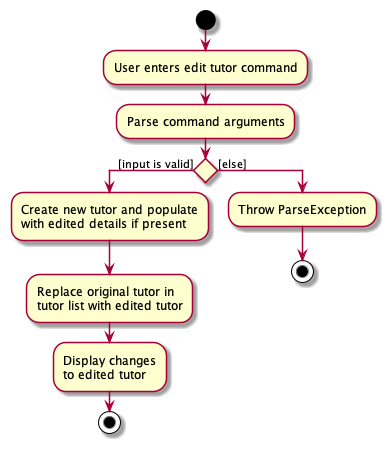
Earlier version of the PlantUML export docs/images/EditCommandActivityDiagram.png (tenebrius1/tp).
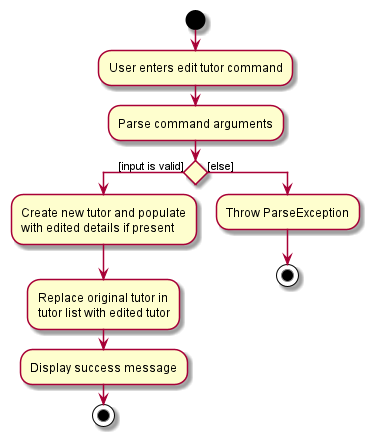
Above is the later version.

Diff of the diagram source:
```diff
@@ -8,8 +8,7 @@
     with edited details if present;
     :Replace original tutor in
     tutor list with edited tutor;
-    :Display changes
-    to edited tutor;
+    :Display success message;
     stop
 else ([else])
     :Throw ParseException;
```
